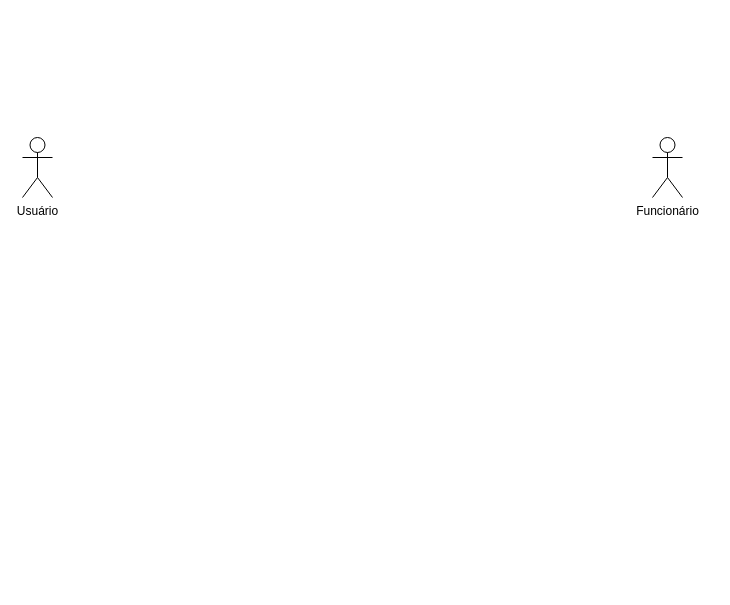
Before: Diagrama sem nome.drawio in feliphearaujo/Diagramas_UML, a draw.io diagram. Source tidied: cells renumbered, new cells numbered last; positions are measured from the earlier drawing's top-left corner, leaving out a move shared by most shapes. Both pictures are drawn from the tidied source at 100%, with x=0, y=0 at pixel (22, 137).
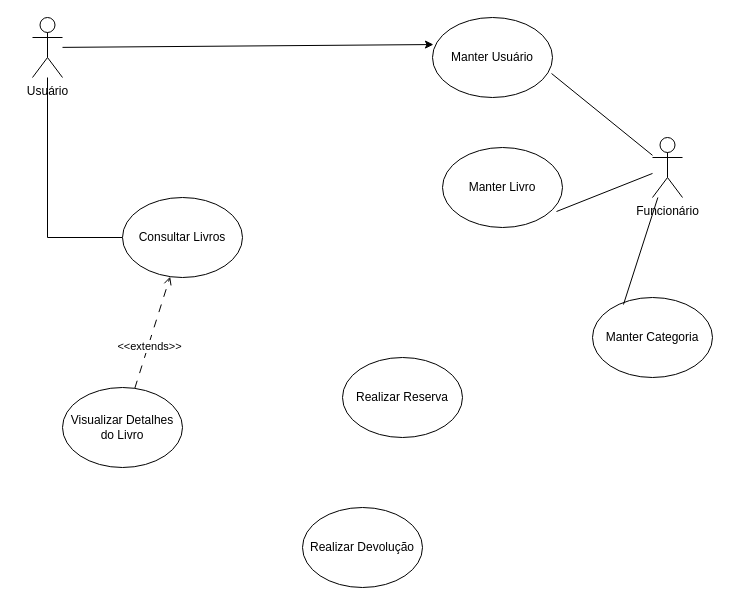
Above is the later version.

What changed in the source:
```diff
@@
 <mxGraphModel>
   <root>
     <mxCell id="0" />
     <mxCell id="1" parent="0" />
     <mxCell id="2" value="Usuário&lt;div&gt;&lt;br&gt;&lt;/div&gt;" style="shape=umlActor;verticalLabelPosition=bottom;verticalAlign=top;html=1;outlineConnect=0;" parent="1" vertex="1">
-      <mxGeometry width="30" height="60" as="geometry" />
+      <mxGeometry x="10" y="-120" width="30" height="60" as="geometry" />
     </mxCell>
     <mxCell id="3" value="Funcionário" style="shape=umlActor;verticalLabelPosition=bottom;verticalAlign=top;html=1;outlineConnect=0;" parent="1" vertex="1">
       <mxGeometry x="630" width="30" height="60" as="geometry" />
     </mxCell>
+    <mxCell id="4" value="Manter Usuário" style="ellipse;whiteSpace=wrap;html=1;" parent="1" vertex="1">
+      <mxGeometry x="410" y="-120" width="120" height="80" as="geometry" />
+    </mxCell>
+    <mxCell id="5" value="Manter Livro" style="ellipse;whiteSpace=wrap;html=1;" parent="1" vertex="1">
+      <mxGeometry x="420" y="10" width="120" height="80" as="geometry" />
+    </mxCell>
+    <mxCell id="6" style="edgeStyle=orthogonalEdgeStyle;rounded=0;jettySize=auto;html=1;endArrow=none;endFill=0;" parent="1" edge="1" source="7" target="2">
+      <mxGeometry relative="1" as="geometry" />
+    </mxCell>
+    <mxCell id="7" value="Consultar Livros" style="ellipse;whiteSpace=wrap;html=1;" parent="1" vertex="1">
+      <mxGeometry x="100" y="60" width="120" height="80" as="geometry" />
+    </mxCell>
+    <mxCell id="8" style="rounded=0;jettySize=auto;html=1;endArrow=open;endFill=0;dashed=1;dashPattern=8 8;" parent="1" edge="1" source="10" target="7">
+      <mxGeometry relative="1" as="geometry" />
+    </mxCell>
+    <mxCell id="9" value="&amp;lt;&amp;lt;extends&amp;gt;&amp;gt;" style="edgeLabel;html=1;align=center;verticalAlign=middle;" parent="8" vertex="1">
+      <mxGeometry x="-0.24" y="-1" relative="1" as="geometry" />
+    </mxCell>
+    <mxCell id="10" value="Visualizar Detalhes do Livro" style="ellipse;whiteSpace=wrap;html=1;" parent="1" vertex="1">
+      <mxGeometry x="40" y="250" width="120" height="80" as="geometry" />
+    </mxCell>
+    <mxCell id="11" value="Manter Categoria" style="ellipse;whiteSpace=wrap;html=1;" parent="1" vertex="1">
+      <mxGeometry x="570" y="160" width="120" height="80" as="geometry" />
+    </mxCell>
+    <mxCell id="12" value="Realizar Reserva" style="ellipse;whiteSpace=wrap;html=1;" parent="1" vertex="1">
+      <mxGeometry x="320" y="220" width="120" height="80" as="geometry" />
+    </mxCell>
+    <mxCell id="13" value="Realizar Devolução" style="ellipse;whiteSpace=wrap;html=1;" parent="1" vertex="1">
+      <mxGeometry x="280" y="370" width="120" height="80" as="geometry" />
+    </mxCell>
+    <mxCell id="14" style="rounded=0;jettySize=auto;html=1;entryX=0.992;entryY=0.7;entryDx=0;entryDy=0;entryPerimeter=0;endArrow=none;endFill=0;" parent="1" edge="1" source="3" target="4">
+      <mxGeometry relative="1" as="geometry" />
+    </mxCell>
+    <mxCell id="15" style="rounded=0;jettySize=auto;html=1;entryX=0.95;entryY=0.8;entryDx=0;entryDy=0;entryPerimeter=0;endArrow=none;endFill=0;" parent="1" edge="1" source="3" target="5">
+      <mxGeometry relative="1" as="geometry" />
+    </mxCell>
+    <mxCell id="16" style="rounded=0;jettySize=auto;html=1;entryX=0.008;entryY=0.338;entryDx=0;entryDy=0;entryPerimeter=0;" parent="1" edge="1" source="2" target="4">
+      <mxGeometry relative="1" as="geometry" />
+    </mxCell>
+    <mxCell id="17" style="rounded=0;jettySize=auto;html=1;entryX=0.258;entryY=0.088;entryDx=0;entryDy=0;entryPerimeter=0;endArrow=none;endFill=0;" parent="1" edge="1" source="3" target="11">
+      <mxGeometry relative="1" as="geometry" />
+    </mxCell>
   </root>
 </mxGraphModel>
```
